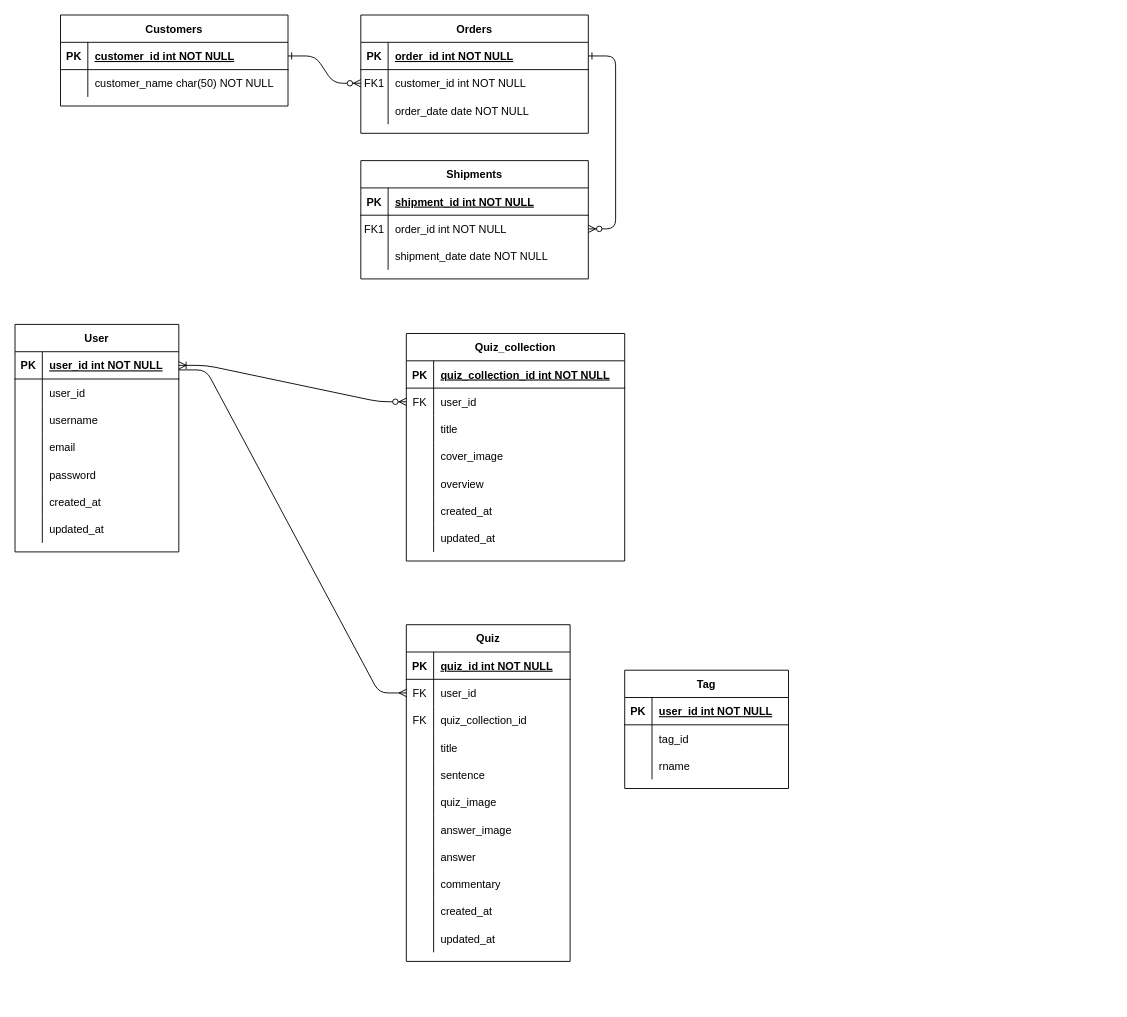
blue-drill/kurenai-dorill.github.io keeps this draw.io diagram as 名称未設定ファイル.drawio. Above is the earlier version. Source tidied: cells renumbered, new cells numbered last; positions are measured from the earlier drawing's top-left corner, leaving out a move shared by most shapes. Both pictures are drawn from the tidied source at 91%, with x=0, y=0 at pixel (15, 15).
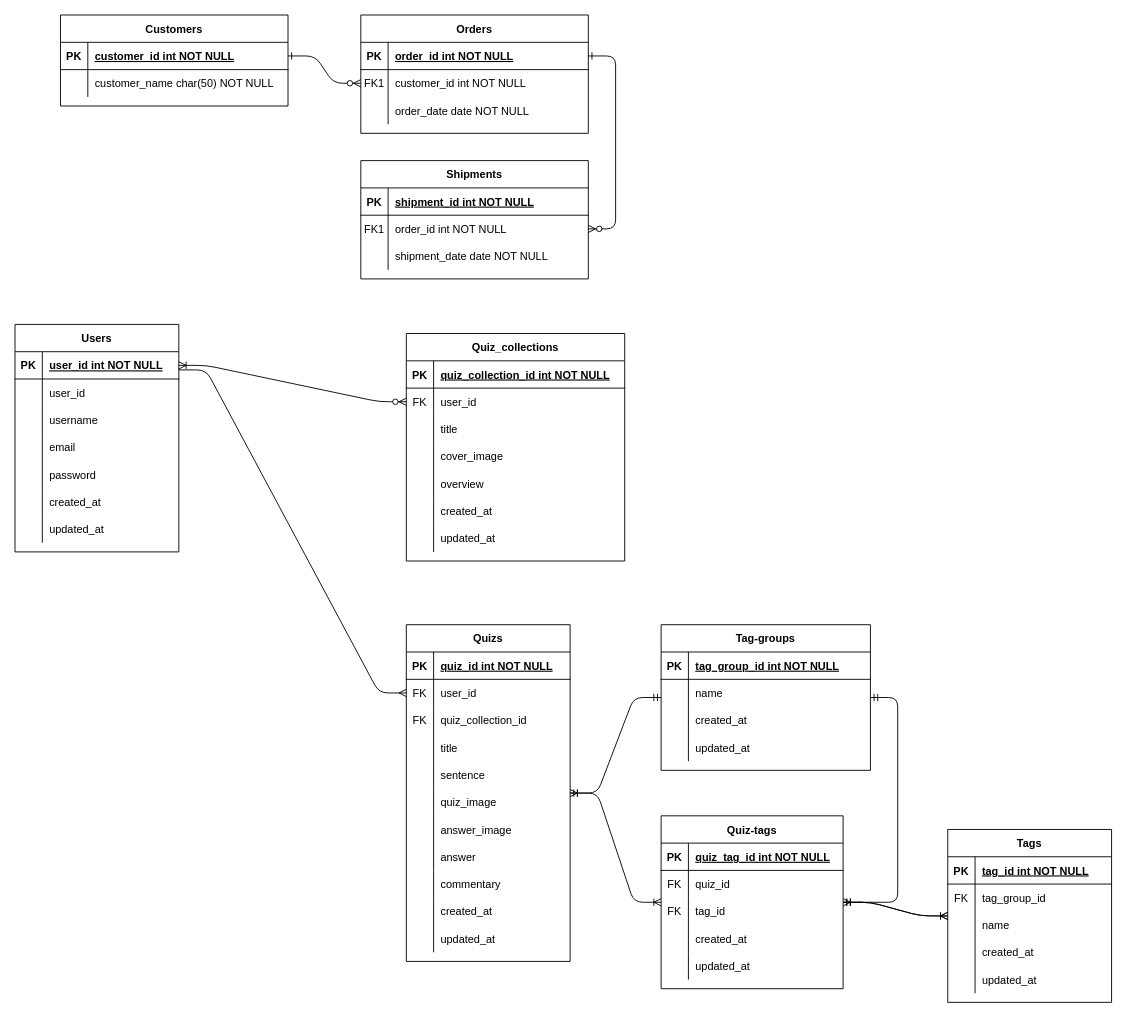
Above is the later version.

Commit message:
room-anatomy モデル

Unchanged cells that the change refers to:
```xml
<mxCell id="112" style="shape=partialRectangle;fillColor=none;top=0;left=0;bottom=1;right=0;" parent="111" vertex="1">
  <mxGeometry y="30" width="180" height="30" as="geometry" />
</mxCell>
```

Diff of the diagram source:
```diff
@@
-    <mxCell id="31" value="User" style="shape=table;startSize=30;childLayout=tableLayout;rowLines=0;fontStyle=1;align=center;" parent="1" vertex="1">
+    <mxCell id="31" value="Users" style="shape=table;startSize=30;childLayout=tableLayout;rowLines=0;fontStyle=1;align=center;" parent="1" vertex="1">
       <mxGeometry y="340" width="180" height="250" as="geometry" />
     </mxCell>
@@
-    <mxCell id="53" value="Quiz" style="shape=table;startSize=30;childLayout=tableLayout;rowLines=0;fontStyle=1;align=center;" parent="1" vertex="1">
+    <mxCell id="53" value="Quizs" style="shape=table;startSize=30;childLayout=tableLayout;rowLines=0;fontStyle=1;align=center;" parent="1" vertex="1">
       <mxGeometry x="430" y="670" width="180" height="370" as="geometry" />
     </mxCell>
@@
-    <mxCell id="87" value="Quiz_collection" style="shape=table;startSize=30;childLayout=tableLayout;rowLines=0;fontStyle=1;align=center;" parent="1" vertex="1">
+    <mxCell id="87" value="Quiz_collections" style="shape=table;startSize=30;childLayout=tableLayout;rowLines=0;fontStyle=1;align=center;" parent="1" vertex="1">
       <mxGeometry x="430" y="350" width="240" height="250" as="geometry" />
     </mxCell>
@@
-    <mxCell id="111" value="Tag" style="shape=table;startSize=30;childLayout=tableLayout;rowLines=0;fontStyle=1;align=center;" parent="1" vertex="1">
-      <mxGeometry x="670" y="720" width="180" height="130" as="geometry" />
+    <mxCell id="111" value="Tags" style="shape=table;startSize=30;childLayout=tableLayout;rowLines=0;fontStyle=1;align=center;" parent="1" vertex="1">
+      <mxGeometry x="1025" y="895" width="180" height="190" as="geometry" />
     </mxCell>
@@
-    <mxCell id="114" value="user_id int NOT NULL" style="shape=partialRectangle;fillColor=none;top=0;left=0;bottom=0;right=0;align=left;spacingLeft=6;fontStyle=5;overflow=hidden;" parent="112" vertex="1">
+    <mxCell id="114" value="tag_id int NOT NULL" style="shape=partialRectangle;fillColor=none;top=0;left=0;bottom=0;right=0;align=left;spacingLeft=6;fontStyle=5;overflow=hidden;" parent="112" vertex="1">
       <mxGeometry x="30" width="150" height="30" as="geometry" />
     </mxCell>
-    <mxCell id="115" style="shape=partialRectangle;fillColor=none;top=0;left=0;bottom=0;right=0;" parent="111" vertex="1">
-      <mxGeometry y="60" width="180" height="30" as="geometry" />
-    </mxCell>
-    <mxCell id="116" style="shape=partialRectangle;fillColor=none;top=0;left=0;bottom=0;right=0;overflow=hidden;" parent="115" vertex="1">
-      <mxGeometry width="30" height="30" as="geometry" />
-    </mxCell>
-    <mxCell id="117" value="tag_id" style="shape=partialRectangle;fillColor=none;top=0;left=0;bottom=0;right=0;align=left;spacingLeft=6;overflow=hidden;" parent="115" vertex="1">
-      <mxGeometry x="30" width="150" height="30" as="geometry" />
-    </mxCell>
     <mxCell id="118" style="shape=partialRectangle;fillColor=none;top=0;left=0;bottom=0;right=0;" parent="111" vertex="1">
-      <mxGeometry y="90" width="180" height="30" as="geometry" />
+      <mxGeometry y="60" width="180" height="30" as="geometry" />
     </mxCell>
-    <mxCell id="119" style="shape=partialRectangle;fillColor=none;top=0;left=0;bottom=0;right=0;overflow=hidden;" parent="118" vertex="1">
+    <mxCell id="119" value="FK" style="shape=partialRectangle;fillColor=none;top=0;left=0;bottom=0;right=0;overflow=hidden;" parent="118" vertex="1">
       <mxGeometry width="30" height="30" as="geometry" />
     </mxCell>
-    <mxCell id="120" value="rname" style="shape=partialRectangle;fillColor=none;top=0;left=0;bottom=0;right=0;align=left;spacingLeft=6;overflow=hidden;" parent="118" vertex="1">
+    <mxCell id="120" value="tag_group_id" style="shape=partialRectangle;fillColor=none;top=0;left=0;bottom=0;right=0;align=left;spacingLeft=6;overflow=hidden;" parent="118" vertex="1">
       <mxGeometry x="30" width="150" height="30" as="geometry" />
     </mxCell>
+    <mxCell id="121" style="shape=partialRectangle;fillColor=none;top=0;left=0;bottom=0;right=0;" parent="111" vertex="1">
+      <mxGeometry y="90" width="180" height="30" as="geometry" />
+    </mxCell>
+    <mxCell id="122" style="shape=partialRectangle;fillColor=none;top=0;left=0;bottom=0;right=0;overflow=hidden;" parent="121" vertex="1">
+      <mxGeometry width="30" height="30" as="geometry" />
+    </mxCell>
+    <mxCell id="123" value="name" style="shape=partialRectangle;fillColor=none;top=0;left=0;bottom=0;right=0;align=left;spacingLeft=6;overflow=hidden;" parent="121" vertex="1">
+      <mxGeometry x="30" width="150" height="30" as="geometry" />
+    </mxCell>
+    <mxCell id="124" style="shape=partialRectangle;fillColor=none;top=0;left=0;bottom=0;right=0;" parent="111" vertex="1">
+      <mxGeometry y="120" width="180" height="30" as="geometry" />
+    </mxCell>
+    <mxCell id="125" style="shape=partialRectangle;fillColor=none;top=0;left=0;bottom=0;right=0;overflow=hidden;" parent="124" vertex="1">
+      <mxGeometry width="30" height="30" as="geometry" />
+    </mxCell>
+    <mxCell id="126" value="created_at" style="shape=partialRectangle;fillColor=none;top=0;left=0;bottom=0;right=0;align=left;spacingLeft=6;overflow=hidden;" parent="124" vertex="1">
+      <mxGeometry x="30" width="150" height="30" as="geometry" />
+    </mxCell>
+    <mxCell id="127" style="shape=partialRectangle;fillColor=none;top=0;left=0;bottom=0;right=0;" parent="111" vertex="1">
+      <mxGeometry y="150" width="180" height="30" as="geometry" />
+    </mxCell>
+    <mxCell id="128" style="shape=partialRectangle;fillColor=none;top=0;left=0;bottom=0;right=0;overflow=hidden;" parent="127" vertex="1">
+      <mxGeometry width="30" height="30" as="geometry" />
+    </mxCell>
+    <mxCell id="129" value="updated_at" style="shape=partialRectangle;fillColor=none;top=0;left=0;bottom=0;right=0;align=left;spacingLeft=6;overflow=hidden;" parent="127" vertex="1">
+      <mxGeometry x="30" width="150" height="30" as="geometry" />
+    </mxCell>
+    <mxCell id="130" value="Tag-groups" style="shape=table;startSize=30;childLayout=tableLayout;rowLines=0;fontStyle=1;align=center;" parent="1" vertex="1">
+      <mxGeometry x="710" y="670" width="230" height="160" as="geometry" />
+    </mxCell>
+    <mxCell id="131" style="shape=partialRectangle;fillColor=none;top=0;left=0;bottom=1;right=0;" parent="130" vertex="1">
+      <mxGeometry y="30" width="230" height="30" as="geometry" />
+    </mxCell>
+    <mxCell id="132" value="PK" style="shape=partialRectangle;fillColor=none;top=0;left=0;bottom=0;right=0;fontStyle=1;overflow=hidden;" parent="131" vertex="1">
+      <mxGeometry width="30" height="30" as="geometry" />
+    </mxCell>
+    <mxCell id="133" value="tag_group_id int NOT NULL" style="shape=partialRectangle;fillColor=none;top=0;left=0;bottom=0;right=0;align=left;spacingLeft=6;fontStyle=5;overflow=hidden;" parent="131" vertex="1">
+      <mxGeometry x="30" width="200" height="30" as="geometry" />
+    </mxCell>
+    <mxCell id="134" style="shape=partialRectangle;fillColor=none;top=0;left=0;bottom=0;right=0;" parent="130" vertex="1">
+      <mxGeometry y="60" width="230" height="30" as="geometry" />
+    </mxCell>
+    <mxCell id="135" style="shape=partialRectangle;fillColor=none;top=0;left=0;bottom=0;right=0;overflow=hidden;" parent="134" vertex="1">
+      <mxGeometry width="30" height="30" as="geometry" />
+    </mxCell>
+    <mxCell id="136" value="name" style="shape=partialRectangle;fillColor=none;top=0;left=0;bottom=0;right=0;align=left;spacingLeft=6;overflow=hidden;" parent="134" vertex="1">
+      <mxGeometry x="30" width="200" height="30" as="geometry" />
+    </mxCell>
+    <mxCell id="137" style="shape=partialRectangle;fillColor=none;top=0;left=0;bottom=0;right=0;" parent="130" vertex="1">
+      <mxGeometry y="90" width="230" height="30" as="geometry" />
+    </mxCell>
+    <mxCell id="138" style="shape=partialRectangle;fillColor=none;top=0;left=0;bottom=0;right=0;overflow=hidden;" parent="137" vertex="1">
+      <mxGeometry width="30" height="30" as="geometry" />
+    </mxCell>
+    <mxCell id="139" value="created_at" style="shape=partialRectangle;fillColor=none;top=0;left=0;bottom=0;right=0;align=left;spacingLeft=6;overflow=hidden;" parent="137" vertex="1">
+      <mxGeometry x="30" width="200" height="30" as="geometry" />
+    </mxCell>
+    <mxCell id="140" style="shape=partialRectangle;fillColor=none;top=0;left=0;bottom=0;right=0;" parent="130" vertex="1">
+      <mxGeometry y="120" width="230" height="30" as="geometry" />
+    </mxCell>
+    <mxCell id="141" style="shape=partialRectangle;fillColor=none;top=0;left=0;bottom=0;right=0;overflow=hidden;" parent="140" vertex="1">
+      <mxGeometry width="30" height="30" as="geometry" />
+    </mxCell>
+    <mxCell id="142" value="updated_at" style="shape=partialRectangle;fillColor=none;top=0;left=0;bottom=0;right=0;align=left;spacingLeft=6;overflow=hidden;" parent="140" vertex="1">
+      <mxGeometry x="30" width="200" height="30" as="geometry" />
+    </mxCell>
+    <mxCell id="143" value="Quiz-tags" style="shape=table;startSize=30;childLayout=tableLayout;rowLines=0;fontStyle=1;align=center;" parent="1" vertex="1">
+      <mxGeometry x="710" y="880" width="200" height="190" as="geometry" />
+    </mxCell>
+    <mxCell id="144" style="shape=partialRectangle;fillColor=none;top=0;left=0;bottom=1;right=0;" parent="143" vertex="1">
+      <mxGeometry y="30" width="200" height="30" as="geometry" />
+    </mxCell>
+    <mxCell id="145" value="PK" style="shape=partialRectangle;fillColor=none;top=0;left=0;bottom=0;right=0;fontStyle=1;overflow=hidden;" parent="144" vertex="1">
+      <mxGeometry width="30" height="30" as="geometry" />
+    </mxCell>
+    <mxCell id="146" value="quiz_tag_id int NOT NULL" style="shape=partialRectangle;fillColor=none;top=0;left=0;bottom=0;right=0;align=left;spacingLeft=6;fontStyle=5;overflow=hidden;" parent="144" vertex="1">
+      <mxGeometry x="30" width="170" height="30" as="geometry" />
+    </mxCell>
+    <mxCell id="147" style="shape=partialRectangle;fillColor=none;top=0;left=0;bottom=0;right=0;" parent="143" vertex="1">
+      <mxGeometry y="60" width="200" height="30" as="geometry" />
+    </mxCell>
+    <mxCell id="148" value="FK" style="shape=partialRectangle;fillColor=none;top=0;left=0;bottom=0;right=0;overflow=hidden;" parent="147" vertex="1">
+      <mxGeometry width="30" height="30" as="geometry" />
+    </mxCell>
+    <mxCell id="149" value="quiz_id" style="shape=partialRectangle;fillColor=none;top=0;left=0;bottom=0;right=0;align=left;spacingLeft=6;overflow=hidden;" parent="147" vertex="1">
+      <mxGeometry x="30" width="170" height="30" as="geometry" />
+    </mxCell>
+    <mxCell id="150" style="shape=partialRectangle;fillColor=none;top=0;left=0;bottom=0;right=0;" parent="143" vertex="1">
+      <mxGeometry y="90" width="200" height="30" as="geometry" />
+    </mxCell>
+    <mxCell id="151" value="FK" style="shape=partialRectangle;fillColor=none;top=0;left=0;bottom=0;right=0;overflow=hidden;" parent="150" vertex="1">
+      <mxGeometry width="30" height="30" as="geometry" />
+    </mxCell>
+    <mxCell id="117" value="tag_id" style="shape=partialRectangle;fillColor=none;top=0;left=0;bottom=0;right=0;align=left;spacingLeft=6;overflow=hidden;" parent="150" vertex="1">
+      <mxGeometry x="30" width="170" height="30" as="geometry" />
+    </mxCell>
+    <mxCell id="152" style="shape=partialRectangle;fillColor=none;top=0;left=0;bottom=0;right=0;" parent="143" vertex="1">
+      <mxGeometry y="120" width="200" height="30" as="geometry" />
+    </mxCell>
+    <mxCell id="153" style="shape=partialRectangle;fillColor=none;top=0;left=0;bottom=0;right=0;overflow=hidden;" parent="152" vertex="1">
+      <mxGeometry width="30" height="30" as="geometry" />
+    </mxCell>
+    <mxCell id="154" value="created_at" style="shape=partialRectangle;fillColor=none;top=0;left=0;bottom=0;right=0;align=left;spacingLeft=6;overflow=hidden;" parent="152" vertex="1">
+      <mxGeometry x="30" width="170" height="30" as="geometry" />
+    </mxCell>
+    <mxCell id="155" style="shape=partialRectangle;fillColor=none;top=0;left=0;bottom=0;right=0;" parent="143" vertex="1">
+      <mxGeometry y="150" width="200" height="30" as="geometry" />
+    </mxCell>
+    <mxCell id="156" style="shape=partialRectangle;fillColor=none;top=0;left=0;bottom=0;right=0;overflow=hidden;" parent="155" vertex="1">
+      <mxGeometry width="30" height="30" as="geometry" />
+    </mxCell>
+    <mxCell id="157" value="updated_at" style="shape=partialRectangle;fillColor=none;top=0;left=0;bottom=0;right=0;align=left;spacingLeft=6;overflow=hidden;" parent="155" vertex="1">
+      <mxGeometry x="30" width="170" height="30" as="geometry" />
+    </mxCell>
+    <mxCell id="158" style="edgeStyle=entityRelationEdgeStyle;fontSize=12;html=1;endArrow=ERoneToMany;startArrow=ERmandOne;" parent="1" edge="1" source="130" target="53">
+      <mxGeometry relative="1" as="geometry" />
+    </mxCell>
+    <mxCell id="159" style="edgeStyle=entityRelationEdgeStyle;fontSize=12;html=1;endArrow=ERoneToMany;startArrow=ERmandOne;" parent="1" edge="1" source="130" target="143">
+      <mxGeometry relative="1" as="geometry" />
+    </mxCell>
+    <mxCell id="160" style="edgeStyle=entityRelationEdgeStyle;fontSize=12;html=1;endArrow=ERoneToMany;startArrow=ERmandOne;" parent="1" edge="1" source="143" target="111">
+      <mxGeometry relative="1" as="geometry" />
+    </mxCell>
+    <mxCell id="161" style="edgeStyle=entityRelationEdgeStyle;fontSize=12;html=1;endArrow=ERoneToMany;startArrow=ERmandOne;" parent="1" edge="1" source="143" target="111">
+      <mxGeometry relative="1" as="geometry" />
+    </mxCell>
+    <mxCell id="162" style="edgeStyle=entityRelationEdgeStyle;fontSize=12;html=1;endArrow=ERoneToMany;startArrow=ERmandOne;" parent="1" edge="1" source="53" target="143">
+      <mxGeometry relative="1" as="geometry" />
+    </mxCell>
```
